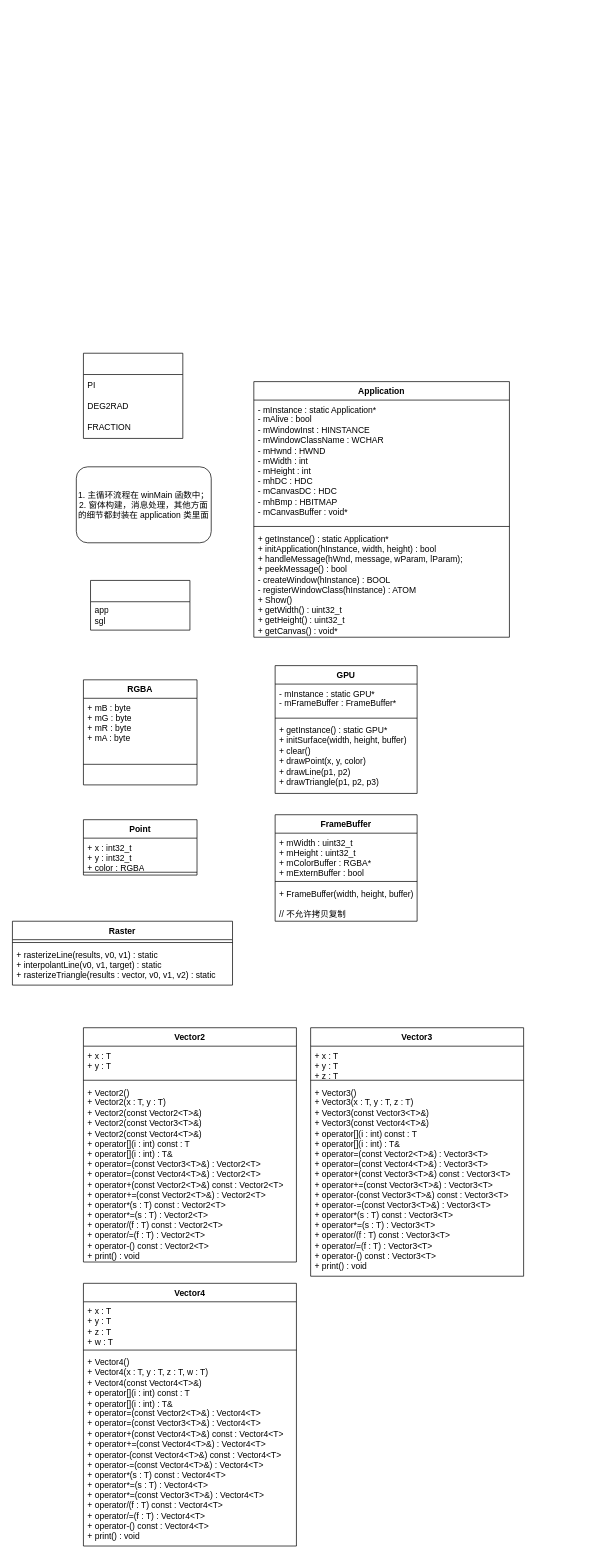
Above: application.drawio in MinXingCoder/SoftRenderer (draw.io), before the change. Source tidied: cells renumbered, new cells numbered last; positions are measured from the earlier drawing's top-left corner, leaving out a move shared by most shapes. Both pictures are drawn from the tidied source at 71%, with x=0, y=0 at pixel (12, 353).
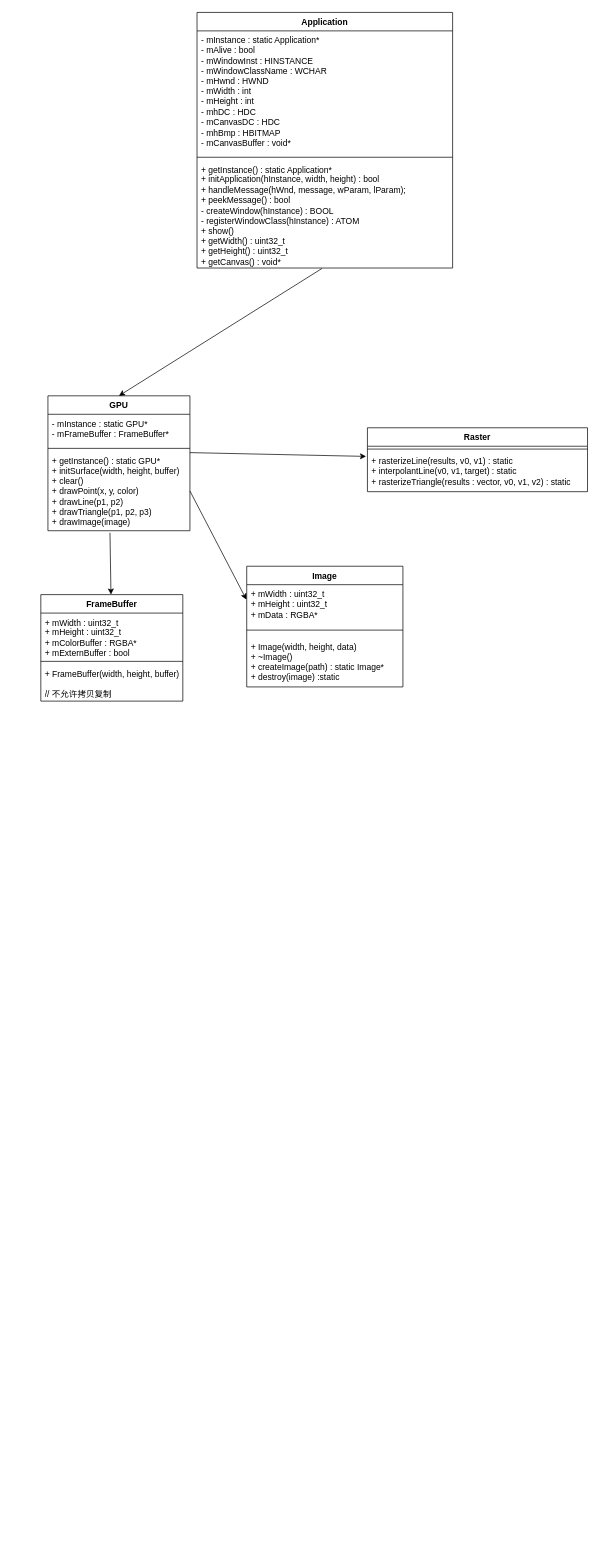
Above is the later version.

The change refers to these unchanged cells:
```xml
<mxCell id="26" value="+ rasterizeLine(results, v0, v1) : static&lt;div&gt;+ interpolantLine(v0, v1, target) : static&lt;/div&gt;&lt;div&gt;+ rasterizeTriangle(results : vector, v0, v1, v2&lt;span style=&quot;background-color: transparent; color: light-dark(rgb(0, 0, 0), rgb(255, 255, 255));&quot;&gt;) : static&lt;/span&gt;&lt;/div&gt;&lt;div&gt;&lt;span style=&quot;background-color: transparent; color: light-dark(rgb(0, 0, 0), rgb(255, 255, 255));&quot;&gt;&lt;br&gt;&lt;/span&gt;&lt;/div&gt;" style="text;strokeColor=none;fillColor=none;align=left;verticalAlign=top;spacingLeft=4;spacingRight=4;overflow=hidden;points=[[0,0.5],[1,0.5]];portConstraint=eastwest;whiteSpace=wrap;html=1;" parent="24" vertex="1">
  <mxGeometry y="34" width="310" height="56" as="geometry" />
</mxCell>
```

The edit, as a diff of the source:
```diff
@@
     <mxCell id="2" value="Application" style="swimlane;fontStyle=1;align=center;verticalAlign=top;horizontal=1;startSize=26;whiteSpace=wrap;html=1;" parent="1" vertex="1">
-      <mxGeometry x="340" y="40" width="360" height="360" as="geometry" />
+      <mxGeometry x="260" y="-480" width="360" height="360" as="geometry" />
     </mxCell>
@@
-    <mxCell id="5" value="+ getInstance() : static Application*&lt;div&gt;+ initApplication(hInstance, width, height) : bool&lt;/div&gt;&lt;div&gt;+ handleMessage(hWnd, message, wParam, lParam);&lt;/div&gt;&lt;div&gt;+ peekMessage() : bool&lt;/div&gt;&lt;div&gt;- createWindow(hInstance) : BOOL&lt;/div&gt;&lt;div&gt;- registerWindowClass(hInstance) : ATOM&lt;/div&gt;&lt;div&gt;+ Show()&lt;/div&gt;&lt;div&gt;+ getWidth() : uint32_t&lt;/div&gt;&lt;div&gt;+ getHeight() : uint32_t&lt;/div&gt;&lt;div&gt;+ getCanvas() : void*&lt;/div&gt;" style="text;strokeColor=none;fillColor=none;align=left;verticalAlign=top;spacingLeft=4;spacingRight=4;overflow=hidden;points=[[0,0.5],[1,0.5]];portConstraint=eastwest;whiteSpace=wrap;html=1;" parent="2" vertex="1">
+    <mxCell id="5" value="+ getInstance() : static Application*&lt;div&gt;+ initApplication(hInstance, width, height) : bool&lt;/div&gt;&lt;div&gt;+ handleMessage(hWnd, message, wParam, lParam);&lt;/div&gt;&lt;div&gt;+ peekMessage() : bool&lt;/div&gt;&lt;div&gt;- createWindow(hInstance) : BOOL&lt;/div&gt;&lt;div&gt;- registerWindowClass(hInstance) : ATOM&lt;/div&gt;&lt;div&gt;+ show()&lt;/div&gt;&lt;div&gt;+ getWidth() : uint32_t&lt;/div&gt;&lt;div&gt;+ getHeight() : uint32_t&lt;/div&gt;&lt;div&gt;+ getCanvas() : void*&lt;/div&gt;" style="text;strokeColor=none;fillColor=none;align=left;verticalAlign=top;spacingLeft=4;spacingRight=4;overflow=hidden;points=[[0,0.5],[1,0.5]];portConstraint=eastwest;whiteSpace=wrap;html=1;" parent="2" vertex="1">
       <mxGeometry y="208" width="360" height="152" as="geometry" />
     </mxCell>
-    <mxCell id="6" style="swimlane;fontStyle=0;horizontal=1;startSize=30;whiteSpace=wrap;html=1;" parent="1" vertex="1">
-      <mxGeometry x="100" width="140" height="120" as="geometry" />
-    </mxCell>
-    <mxCell id="7" value="PI" style="text;strokeColor=none;fillColor=none;align=left;verticalAlign=middle;spacingLeft=4;spacingRight=4;overflow=hidden;whiteSpace=wrap;html=1;" parent="6" vertex="1">
-      <mxGeometry y="30" width="140" height="30" as="geometry" />
-    </mxCell>
-    <mxCell id="8" value="DEG2RAD" style="text;strokeColor=none;fillColor=none;align=left;verticalAlign=middle;spacingLeft=4;spacingRight=4;overflow=hidden;whiteSpace=wrap;html=1;" parent="6" vertex="1">
-      <mxGeometry y="60" width="140" height="30" as="geometry" />
-    </mxCell>
-    <mxCell id="9" value="FRACTION" style="text;strokeColor=none;fillColor=none;align=left;verticalAlign=middle;spacingLeft=4;spacingRight=4;overflow=hidden;whiteSpace=wrap;html=1;" parent="6" vertex="1">
-      <mxGeometry y="90" width="140" height="30" as="geometry" />
-    </mxCell>
-    <mxCell id="10" value="1. 主循环流程在 winMain 函数中；&lt;div&gt;2. 窗体构建，消息处理，其他方面的细节都封装在 application 类里面&lt;/div&gt;" style="rounded=1;whiteSpace=wrap;html=1;" parent="1" vertex="1">
-      <mxGeometry x="90" y="160" width="190" height="107" as="geometry" />
-    </mxCell>
-    <mxCell id="11" style="swimlane;fontStyle=0;horizontal=1;startSize=30;whiteSpace=wrap;html=1;" parent="1" vertex="1">
-      <mxGeometry x="110" y="320" width="140" height="70" as="geometry" />
-    </mxCell>
-    <mxCell id="12" value="app&lt;div&gt;sgl&lt;/div&gt;" style="text;strokeColor=none;fillColor=none;align=left;verticalAlign=middle;spacingLeft=4;spacingRight=4;overflow=hidden;whiteSpace=wrap;html=1;" parent="11" vertex="1">
-      <mxGeometry y="30" width="140" height="40" as="geometry" />
-    </mxCell>
-    <mxCell id="13" value="RGBA" style="swimlane;fontStyle=1;align=center;verticalAlign=top;horizontal=1;startSize=26;whiteSpace=wrap;html=1;" parent="1" vertex="1">
-      <mxGeometry x="100" y="460" width="160" height="148" as="geometry" />
-    </mxCell>
-    <mxCell id="14" value="+ mB : byte&lt;div&gt;+ mG : byte&lt;/div&gt;&lt;div&gt;+ mR : byte&lt;/div&gt;&lt;div&gt;+ mA : byte&lt;/div&gt;" style="text;strokeColor=none;fillColor=none;align=left;verticalAlign=top;spacingLeft=4;spacingRight=4;overflow=hidden;whiteSpace=wrap;html=1;" parent="13" vertex="1">
-      <mxGeometry y="26" width="160" height="64" as="geometry" />
-    </mxCell>
-    <mxCell id="15" style="line;strokeWidth=1;fillColor=none;align=left;verticalAlign=middle;spacingTop=-1;spacingLeft=3;spacingRight=3;labelPosition=right;strokeColor=inherit;" parent="13" vertex="1">
-      <mxGeometry y="90" width="160" height="58" as="geometry" />
-    </mxCell>
     <mxCell id="16" value="GPU" style="swimlane;fontStyle=1;align=center;verticalAlign=top;horizontal=1;startSize=26;whiteSpace=wrap;html=1;" parent="1" vertex="1">
-      <mxGeometry x="370" y="440" width="200" height="180" as="geometry" />
+      <mxGeometry x="50" y="60" width="200" height="190" as="geometry" />
     </mxCell>
@@
-    <mxCell id="19" value="+ getInstance() : static GPU*&lt;div&gt;+ initSurface(width, height, buffer)&lt;/div&gt;&lt;div&gt;+ clear()&lt;/div&gt;&lt;div&gt;+ drawPoint(x, y, color)&lt;/div&gt;&lt;div&gt;+ drawLine(p1, p2)&lt;/div&gt;&lt;div&gt;+ drawTriangle(p1, p2, p3)&lt;/div&gt;" style="text;strokeColor=none;fillColor=none;align=left;verticalAlign=top;spacingLeft=4;spacingRight=4;overflow=hidden;points=[[0,0.5],[1,0.5]];portConstraint=eastwest;whiteSpace=wrap;html=1;" parent="16" vertex="1">
-      <mxGeometry y="78" width="200" height="102" as="geometry" />
+    <mxCell id="19" value="+ getInstance() : static GPU*&lt;div&gt;+ initSurface(width, height, buffer)&lt;/div&gt;&lt;div&gt;+ clear()&lt;/div&gt;&lt;div&gt;+ drawPoint(x, y, color)&lt;/div&gt;&lt;div&gt;+ drawLine(p1, p2)&lt;/div&gt;&lt;div&gt;+ drawTriangle(p1, p2, p3)&lt;/div&gt;&lt;div&gt;+ drawImage(image)&lt;/div&gt;" style="text;strokeColor=none;fillColor=none;align=left;verticalAlign=top;spacingLeft=4;spacingRight=4;overflow=hidden;points=[[0,0.5],[1,0.5]];portConstraint=eastwest;whiteSpace=wrap;html=1;" parent="16" vertex="1">
+      <mxGeometry y="78" width="200" height="112" as="geometry" />
     </mxCell>
     <mxCell id="20" value="FrameBuffer" style="swimlane;fontStyle=1;align=center;verticalAlign=top;horizontal=1;startSize=26;whiteSpace=wrap;html=1;" parent="1" vertex="1">
-      <mxGeometry x="370" y="650" width="200" height="150" as="geometry" />
+      <mxGeometry x="40" y="340" width="200" height="150" as="geometry" />
     </mxCell>
@@
     <mxCell id="24" value="Raster" style="swimlane;fontStyle=1;align=center;verticalAlign=top;horizontal=1;startSize=26;whiteSpace=wrap;html=1;" parent="1" vertex="1">
-      <mxGeometry y="800" width="310" height="90" as="geometry" />
+      <mxGeometry x="500" y="105" width="310" height="90" as="geometry" />
     </mxCell>
@@
-    <mxCell id="27" value="Point" style="swimlane;fontStyle=1;align=center;verticalAlign=top;horizontal=1;startSize=26;whiteSpace=wrap;html=1;" parent="1" vertex="1">
-      <mxGeometry x="100" y="657" width="160" height="78" as="geometry" />
-    </mxCell>
-    <mxCell id="28" value="+ x : int32_t&lt;div&gt;+ y : int32_t&lt;/div&gt;&lt;div&gt;+ color : RGBA&lt;/div&gt;" style="text;strokeColor=none;fillColor=none;align=left;verticalAlign=top;spacingLeft=4;spacingRight=4;overflow=hidden;whiteSpace=wrap;html=1;" parent="27" vertex="1">
-      <mxGeometry y="26" width="160" height="44" as="geometry" />
-    </mxCell>
-    <mxCell id="29" style="line;strokeWidth=1;fillColor=none;align=left;verticalAlign=middle;spacingTop=-1;spacingLeft=3;spacingRight=3;labelPosition=right;strokeColor=inherit;" parent="27" vertex="1">
-      <mxGeometry y="70" width="160" height="8" as="geometry" />
-    </mxCell>
-    <mxCell id="30" value="Vector2" style="swimlane;fontStyle=1;align=center;verticalAlign=top;horizontal=1;startSize=26;whiteSpace=wrap;html=1;" parent="1" vertex="1">
-      <mxGeometry x="100" y="950" width="300" height="330" as="geometry" />
-    </mxCell>
-    <mxCell id="31" value="+ x : T&lt;div&gt;+ y : T&lt;/div&gt;" style="text;strokeColor=none;fillColor=none;align=left;verticalAlign=top;spacingLeft=4;spacingRight=4;overflow=hidden;whiteSpace=wrap;html=1;" parent="30" vertex="1">
-      <mxGeometry y="26" width="300" height="44" as="geometry" />
-    </mxCell>
-    <mxCell id="32" style="line;strokeWidth=1;fillColor=none;align=left;verticalAlign=middle;spacingTop=-1;spacingLeft=3;spacingRight=3;labelPosition=right;strokeColor=inherit;" parent="30" vertex="1">
-      <mxGeometry y="70" width="300" height="8" as="geometry" />
-    </mxCell>
-    <mxCell id="33" value="+ Vector2()&lt;div&gt;+ Vector2(x : T, y : T)&lt;/div&gt;&lt;div&gt;+ Vector2(const Vector2&amp;lt;T&amp;gt;&amp;amp;)&lt;/div&gt;&lt;div&gt;+ Vector2(const Vector3&amp;lt;T&amp;gt;&amp;amp;)&lt;/div&gt;&lt;div&gt;+ Vector2(const Vector4&amp;lt;T&amp;gt;&amp;amp;)&lt;/div&gt;&lt;div&gt;+ operator[](i : int) const : T&lt;/div&gt;&lt;div&gt;+ operator[](i : int) : T&amp;amp;&lt;/div&gt;&lt;div&gt;+ operator=(const Vector3&amp;lt;T&amp;gt;&amp;amp;) : Vector2&amp;lt;T&amp;gt;&lt;/div&gt;&lt;div&gt;+ operator=(const Vector4&amp;lt;T&amp;gt;&amp;amp;) : Vector2&amp;lt;T&amp;gt;&lt;/div&gt;&lt;div&gt;+ operator+(const Vector2&amp;lt;T&amp;gt;&amp;amp;) const : Vector2&amp;lt;T&amp;gt;&lt;/div&gt;&lt;div&gt;+ operator+=(const Vector2&amp;lt;T&amp;gt;&amp;amp;) : Vector2&amp;lt;T&amp;gt;&lt;/div&gt;&lt;div&gt;+ operator*(s : T) const : Vector2&amp;lt;T&amp;gt;&lt;/div&gt;&lt;div&gt;+ operator*=(s : T) : Vector2&amp;lt;T&amp;gt;&lt;/div&gt;&lt;div&gt;+ operator/(f : T) const : Vector2&amp;lt;T&amp;gt;&lt;/div&gt;&lt;div&gt;+ operator/=(f : T) : Vector2&amp;lt;T&amp;gt;&lt;/div&gt;&lt;div&gt;+ operator-() const : Vector2&amp;lt;T&amp;gt;&lt;/div&gt;&lt;div&gt;+ print() : void&lt;/div&gt;" style="text;strokeColor=none;fillColor=none;align=left;verticalAlign=top;spacingLeft=4;spacingRight=4;overflow=hidden;whiteSpace=wrap;html=1;" parent="30" vertex="1">
-      <mxGeometry y="78" width="300" height="252" as="geometry" />
-    </mxCell>
-    <mxCell id="34" value="Vector3" style="swimlane;fontStyle=1;align=center;verticalAlign=top;horizontal=1;startSize=26;whiteSpace=wrap;html=1;" parent="1" vertex="1">
-      <mxGeometry x="420" y="950" width="300" height="350" as="geometry" />
-    </mxCell>
-    <mxCell id="35" value="+ x : T&lt;div&gt;+ y : T&lt;/div&gt;&lt;div&gt;+ z : T&lt;/div&gt;" style="text;strokeColor=none;fillColor=none;align=left;verticalAlign=top;spacingLeft=4;spacingRight=4;overflow=hidden;whiteSpace=wrap;html=1;" parent="34" vertex="1">
-      <mxGeometry y="26" width="300" height="44" as="geometry" />
-    </mxCell>
-    <mxCell id="36" style="line;strokeWidth=1;fillColor=none;align=left;verticalAlign=middle;spacingTop=-1;spacingLeft=3;spacingRight=3;labelPosition=right;strokeColor=inherit;" parent="34" vertex="1">
-      <mxGeometry y="70" width="300" height="8" as="geometry" />
-    </mxCell>
-    <mxCell id="37" value="+ Vector3()&lt;div&gt;+ Vector3(x : T, y : T, z : T)&lt;/div&gt;&lt;div&gt;+ Vector3(const Vector3&amp;lt;T&amp;gt;&amp;amp;)&lt;/div&gt;&lt;div&gt;+ Vector3(const Vector4&amp;lt;T&amp;gt;&amp;amp;)&lt;/div&gt;&lt;div&gt;+ operator[](i : int) const : T&lt;/div&gt;&lt;div&gt;+ operator[](i : int) : T&amp;amp;&lt;/div&gt;&lt;div&gt;+ operator=(const Vector2&amp;lt;T&amp;gt;&amp;amp;) : Vector3&amp;lt;T&amp;gt;&lt;/div&gt;&lt;div&gt;+ operator=(const Vector4&amp;lt;T&amp;gt;&amp;amp;) : Vector3&amp;lt;T&amp;gt;&lt;/div&gt;&lt;div&gt;+ operator+(const Vector3&amp;lt;T&amp;gt;&amp;amp;) const : Vector3&amp;lt;T&amp;gt;&lt;/div&gt;&lt;div&gt;+ operator+=(const Vector3&amp;lt;T&amp;gt;&amp;amp;) : Vector3&amp;lt;T&amp;gt;&lt;/div&gt;&lt;div&gt;+ operator-(const Vector3&amp;lt;T&amp;gt;&amp;amp;) const : Vector3&amp;lt;T&amp;gt;&lt;/div&gt;&lt;div&gt;+ operator-=(const Vector3&amp;lt;T&amp;gt;&amp;amp;) : Vector3&amp;lt;T&amp;gt;&lt;/div&gt;&lt;div&gt;+ operator*(s : T) const : Vector3&amp;lt;T&amp;gt;&lt;/div&gt;&lt;div&gt;+ operator*=(s : T) : Vector3&amp;lt;T&amp;gt;&lt;/div&gt;&lt;div&gt;+ operator/(f : T) const : Vector3&amp;lt;T&amp;gt;&lt;/div&gt;&lt;div&gt;+ operator/=(f : T) : Vector3&amp;lt;T&amp;gt;&lt;/div&gt;&lt;div&gt;+ operator-() const : Vector3&amp;lt;T&amp;gt;&lt;/div&gt;&lt;div&gt;+ print() : void&lt;/div&gt;" style="text;strokeColor=none;fillColor=none;align=left;verticalAlign=top;spacingLeft=4;spacingRight=4;overflow=hidden;whiteSpace=wrap;html=1;" parent="34" vertex="1">
-      <mxGeometry y="78" width="300" height="272" as="geometry" />
-    </mxCell>
-    <mxCell id="38" value="Vector4" style="swimlane;fontStyle=1;align=center;verticalAlign=top;horizontal=1;startSize=26;whiteSpace=wrap;html=1;" parent="1" vertex="1">
-      <mxGeometry x="100" y="1310" width="300" height="370" as="geometry" />
-    </mxCell>
-    <mxCell id="39" value="+ x : T&lt;div&gt;+ y : T&lt;/div&gt;&lt;div&gt;+ z : T&lt;/div&gt;&lt;div&gt;+ w : T&lt;/div&gt;" style="text;strokeColor=none;fillColor=none;align=left;verticalAlign=top;spacingLeft=4;spacingRight=4;overflow=hidden;whiteSpace=wrap;html=1;" parent="38" vertex="1">
-      <mxGeometry y="26" width="300" height="64" as="geometry" />
-    </mxCell>
-    <mxCell id="40" style="line;strokeWidth=1;fillColor=none;align=left;verticalAlign=middle;spacingTop=-1;spacingLeft=3;spacingRight=3;labelPosition=right;strokeColor=inherit;" parent="38" vertex="1">
-      <mxGeometry y="90" width="300" height="8" as="geometry" />
-    </mxCell>
-    <mxCell id="41" value="+ Vector4()&lt;div&gt;+ Vector4(x : T, y : T, z : T, w : T)&lt;/div&gt;&lt;div&gt;+ Vector4(const Vector4&amp;lt;T&amp;gt;&amp;amp;)&lt;/div&gt;&lt;div&gt;+ operator[](i : int) const : T&lt;/div&gt;&lt;div&gt;+ operator[](i : int) : T&amp;amp;&lt;/div&gt;&lt;div&gt;+ operator=(const Vector2&amp;lt;T&amp;gt;&amp;amp;) : Vector4&amp;lt;T&amp;gt;&lt;/div&gt;&lt;div&gt;+ operator=(const Vector3&amp;lt;T&amp;gt;&amp;amp;) : Vector4&amp;lt;T&amp;gt;&lt;/div&gt;&lt;div&gt;+ operator+(const Vector4&amp;lt;T&amp;gt;&amp;amp;) const : Vector4&amp;lt;T&amp;gt;&lt;/div&gt;&lt;div&gt;+ operator+=(const Vector4&amp;lt;T&amp;gt;&amp;amp;) : Vector4&amp;lt;T&amp;gt;&lt;/div&gt;&lt;div&gt;+ operator-(const Vector4&amp;lt;T&amp;gt;&amp;amp;) const : Vector4&amp;lt;T&amp;gt;&lt;/div&gt;&lt;div&gt;+ operator-=(const Vector4&amp;lt;T&amp;gt;&amp;amp;) : Vector4&amp;lt;T&amp;gt;&lt;/div&gt;&lt;div&gt;+ operator*(s : T) const : Vector4&amp;lt;T&amp;gt;&lt;/div&gt;&lt;div&gt;+ operator*=(s : T) : Vector4&amp;lt;T&amp;gt;&lt;/div&gt;&lt;div&gt;+ operator*=(const Vector3&amp;lt;T&amp;gt;&amp;amp;) : Vector4&amp;lt;T&amp;gt;&lt;/div&gt;&lt;div&gt;+ operator/(f : T) const : Vector4&amp;lt;T&amp;gt;&lt;/div&gt;&lt;div&gt;+ operator/=(f : T) : Vector4&amp;lt;T&amp;gt;&lt;/div&gt;&lt;div&gt;+ operator-() const : Vector4&amp;lt;T&amp;gt;&lt;/div&gt;&lt;div&gt;+ print() : void&lt;/div&gt;" style="text;strokeColor=none;fillColor=none;align=left;verticalAlign=top;spacingLeft=4;spacingRight=4;overflow=hidden;whiteSpace=wrap;html=1;" parent="38" vertex="1">
-      <mxGeometry y="98" width="300" height="272" as="geometry" />
-    </mxCell>
+    <mxCell id="42" style="endArrow=classic;html=1;rounded=0;entryX=0.5;entryY=0;entryDx=0;entryDy=0;exitX=0.489;exitY=1.004;exitDx=0;exitDy=0;exitPerimeter=0;" parent="1" edge="1" source="5" target="16">
+      <mxGeometry relative="1" as="geometry" />
+    </mxCell>
+    <mxCell id="43" style="endArrow=classic;html=1;rounded=0;exitX=0.437;exitY=1.026;exitDx=0;exitDy=0;exitPerimeter=0;" parent="1" edge="1" source="19" target="20">
+      <mxGeometry relative="1" as="geometry" />
+    </mxCell>
+    <mxCell id="44" style="endArrow=classic;html=1;rounded=0;entryX=-0.006;entryY=0.113;entryDx=0;entryDy=0;entryPerimeter=0;" parent="1" edge="1" target="26">
+      <mxGeometry relative="1" as="geometry">
+        <mxPoint x="250" y="140" as="sourcePoint" />
+      </mxGeometry>
+    </mxCell>
+    <mxCell id="45" value="Image" style="swimlane;fontStyle=1;align=center;verticalAlign=top;horizontal=1;startSize=26;whiteSpace=wrap;html=1;" parent="1" vertex="1">
+      <mxGeometry x="330" y="300" width="220" height="170" as="geometry" />
+    </mxCell>
+    <mxCell id="46" value="+ mWidth : uint32_t&lt;div&gt;+ mHeight : uint32_t&lt;/div&gt;&lt;div&gt;+ mData : RGBA*&lt;/div&gt;" style="text;strokeColor=none;fillColor=none;align=left;verticalAlign=top;spacingLeft=4;spacingRight=4;overflow=hidden;points=[[0,0.5],[1,0.5]];portConstraint=eastwest;whiteSpace=wrap;html=1;" parent="45" vertex="1">
+      <mxGeometry y="26" width="220" height="54" as="geometry" />
+    </mxCell>
+    <mxCell id="47" style="line;strokeWidth=1;fillColor=none;align=left;verticalAlign=middle;spacingTop=-1;spacingLeft=3;spacingRight=3;labelPosition=right;strokeColor=inherit;" parent="45" vertex="1">
+      <mxGeometry y="80" width="220" height="20" as="geometry" />
+    </mxCell>
+    <mxCell id="48" value="+ Image(width, height, data)&lt;div&gt;+ ~Image()&lt;/div&gt;&lt;div&gt;+ createImage(path) : static Image*&lt;/div&gt;&lt;div&gt;+ destroy(image) :static&lt;/div&gt;" style="text;strokeColor=none;fillColor=none;align=left;verticalAlign=top;spacingLeft=4;spacingRight=4;overflow=hidden;whiteSpace=wrap;html=1;" parent="45" vertex="1">
+      <mxGeometry y="100" width="220" height="70" as="geometry" />
+    </mxCell>
+    <mxCell id="49" style="endArrow=classic;html=1;rounded=0;exitX=1;exitY=0.5;exitDx=0;exitDy=0;entryX=-0.002;entryY=0.389;entryDx=0;entryDy=0;entryPerimeter=0;" parent="1" edge="1" source="19" target="46">
+      <mxGeometry relative="1" as="geometry" />
+    </mxCell>
```
